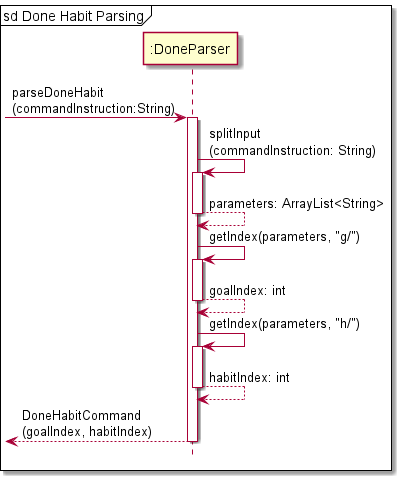
This is docs/Diagram_Images/Implementation_Diagram_Images/DoneCommandParserSequenceDiagram.png from nus-cs2113-AY2122S1/tp, a PlantUML export, as it was before one commit. Source of this version:
```plantuml
@startuml
!include Style.puml

mainframe sd Done Habit Parsing

-> ":DoneParser": parseDoneHabit\n(commandInstruction:String)
activate ":DoneParser"

":DoneParser" -> ":DoneParser": splitInput\n(commandInstruction: String)
activate ":DoneParser"
":DoneParser" --> ":DoneParser": parameters: ArrayList<String>
deactivate ":DoneParser"

":DoneParser" -> ":DoneParser": getIndex(parameters, "g/")
activate ":DoneParser"
":DoneParser" --> ":DoneParser": goalIndex: int
deactivate ":DoneParser"

":DoneParser" -> ":DoneParser": getIndex(parameters, "h/")
activate ":DoneParser"
":DoneParser" --> ":DoneParser": habitIndex: int
deactivate ":DoneParser"

<-- ":DoneParser": DoneHabitCommand\n(goalIndex, habitIndex)
deactivate ":DoneParser"

@enduml
```
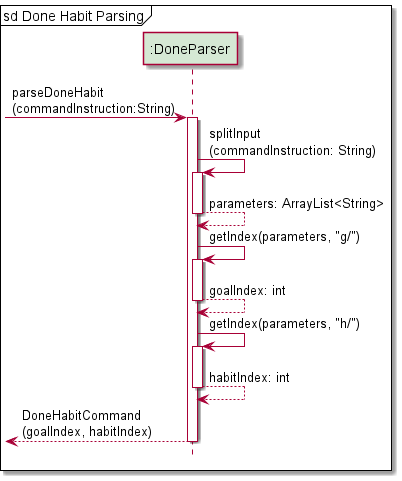
After the commit.

Diff of the diagram source:
```diff
@@ -1,27 +1,29 @@
 @startuml
 !include Style.puml
 
+participant ":DoneParser" as DoneParser PARSER_COLOUR
+
 mainframe sd Done Habit Parsing
 
--> ":DoneParser": parseDoneHabit\n(commandInstruction:String)
-activate ":DoneParser"
+-> DoneParser: parseDoneHabit\n(commandInstruction:String)
+activate DoneParser
 
-":DoneParser" -> ":DoneParser": splitInput\n(commandInstruction: String)
-activate ":DoneParser"
-":DoneParser" --> ":DoneParser": parameters: ArrayList<String>
-deactivate ":DoneParser"
+DoneParser -> DoneParser: splitInput\n(commandInstruction: String)
+activate DoneParser
+DoneParser --> DoneParser: parameters: ArrayList<String>
+deactivate DoneParser
 
-":DoneParser" -> ":DoneParser": getIndex(parameters, "g/")
-activate ":DoneParser"
-":DoneParser" --> ":DoneParser": goalIndex: int
-deactivate ":DoneParser"
+DoneParser -> DoneParser: getIndex(parameters, "g/")
+activate DoneParser
+DoneParser --> DoneParser: goalIndex: int
+deactivate DoneParser
 
-":DoneParser" -> ":DoneParser": getIndex(parameters, "h/")
-activate ":DoneParser"
-":DoneParser" --> ":DoneParser": habitIndex: int
-deactivate ":DoneParser"
+DoneParser -> DoneParser: getIndex(parameters, "h/")
+activate DoneParser
+DoneParser --> DoneParser: habitIndex: int
+deactivate DoneParser
 
-<-- ":DoneParser": DoneHabitCommand\n(goalIndex, habitIndex)
-deactivate ":DoneParser"
+<-- DoneParser: DoneHabitCommand\n(goalIndex, habitIndex)
+deactivate DoneParser
 
 @enduml
```
